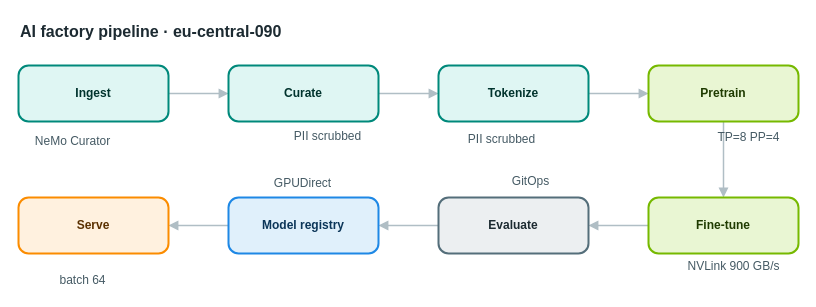
The draw.io diagram apps/web/public/samples/library/090-ai-factory-pipeline.drawio in AryanG01/open-apprentice, before the edit. Source tidied: cells renumbered, new cells numbered last; positions are measured from the earlier drawing's top-left corner, leaving out a move shared by most shapes. Both pictures are drawn from the tidied source at 100%, with x=0, y=0 at pixel (18, 17).
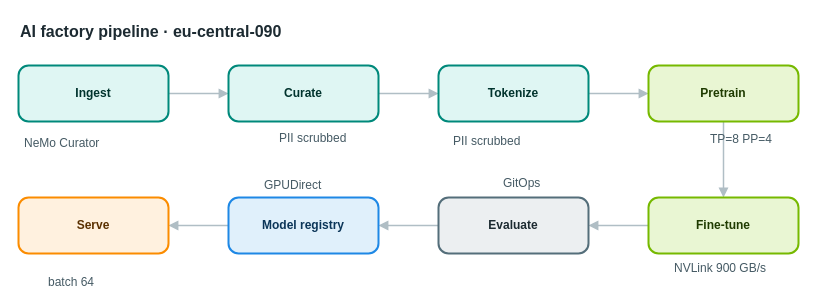
The same page after the edit.

Change to the diagram source:
```diff
@@
-    <mxCell id="18" value="NeMo Curator" style="text;html=1;align=center;verticalAlign=middle;whiteSpace=nowrap;strokeColor=none;fillColor=none;fontSize=12;fontColor=#455a64;" parent="1" vertex="1">
+    <mxCell id="18" value="NeMo Curator" style="text;html=1;align=left;verticalAlign=top;whiteSpace=nowrap;spacing=0;spacingTop=0;strokeColor=none;fillColor=none;fontSize=12;fontColor=#455a64;" parent="1" vertex="1">
       <mxGeometry x="6" y="114" width="96" height="20" as="geometry" />
     </mxCell>
-    <mxCell id="19" value="PII scrubbed" style="text;html=1;align=center;verticalAlign=middle;whiteSpace=nowrap;strokeColor=none;fillColor=none;fontSize=12;fontColor=#455a64;" parent="1" vertex="1">
+    <mxCell id="19" value="PII scrubbed" style="text;html=1;align=left;verticalAlign=top;whiteSpace=nowrap;spacing=0;spacingTop=0;strokeColor=none;fillColor=none;fontSize=12;fontColor=#455a64;" parent="1" vertex="1">
       <mxGeometry x="261" y="109" width="96" height="20" as="geometry" />
     </mxCell>
-    <mxCell id="20" value="PII scrubbed" style="text;html=1;align=center;verticalAlign=middle;whiteSpace=nowrap;strokeColor=none;fillColor=none;fontSize=12;fontColor=#455a64;" parent="1" vertex="1">
+    <mxCell id="20" value="PII scrubbed" style="text;html=1;align=left;verticalAlign=top;whiteSpace=nowrap;spacing=0;spacingTop=0;strokeColor=none;fillColor=none;fontSize=12;fontColor=#455a64;" parent="1" vertex="1">
       <mxGeometry x="435" y="112" width="96" height="20" as="geometry" />
     </mxCell>
-    <mxCell id="21" value="TP=8 PP=4" style="text;html=1;align=center;verticalAlign=middle;whiteSpace=nowrap;strokeColor=none;fillColor=none;fontSize=12;fontColor=#455a64;" parent="1" vertex="1">
+    <mxCell id="21" value="TP=8 PP=4" style="text;html=1;align=left;verticalAlign=top;whiteSpace=nowrap;spacing=0;spacingTop=0;strokeColor=none;fillColor=none;fontSize=12;fontColor=#455a64;" parent="1" vertex="1">
       <mxGeometry x="692" y="110" width="75" height="20" as="geometry" />
     </mxCell>
-    <mxCell id="22" value="NVLink 900 GB/s" style="text;html=1;align=center;verticalAlign=middle;whiteSpace=nowrap;strokeColor=none;fillColor=none;fontSize=12;fontColor=#455a64;" parent="1" vertex="1">
+    <mxCell id="22" value="NVLink 900 GB/s" style="text;html=1;align=left;verticalAlign=top;whiteSpace=nowrap;spacing=0;spacingTop=0;strokeColor=none;fillColor=none;fontSize=12;fontColor=#455a64;" parent="1" vertex="1">
       <mxGeometry x="656" y="239" width="117" height="20" as="geometry" />
     </mxCell>
-    <mxCell id="23" value="GitOps" style="text;html=1;align=center;verticalAlign=middle;whiteSpace=nowrap;strokeColor=none;fillColor=none;fontSize=12;fontColor=#455a64;" parent="1" vertex="1">
+    <mxCell id="23" value="GitOps" style="text;html=1;align=left;verticalAlign=top;whiteSpace=nowrap;spacing=0;spacingTop=0;strokeColor=none;fillColor=none;fontSize=12;fontColor=#455a64;" parent="1" vertex="1">
       <mxGeometry x="485" y="154" width="54" height="20" as="geometry" />
     </mxCell>
-    <mxCell id="24" value="GPUDirect" style="text;html=1;align=center;verticalAlign=middle;whiteSpace=nowrap;strokeColor=none;fillColor=none;fontSize=12;fontColor=#455a64;" parent="1" vertex="1">
+    <mxCell id="24" value="GPUDirect" style="text;html=1;align=left;verticalAlign=top;whiteSpace=nowrap;spacing=0;spacingTop=0;strokeColor=none;fillColor=none;fontSize=12;fontColor=#455a64;" parent="1" vertex="1">
       <mxGeometry x="246" y="156" width="75" height="20" as="geometry" />
     </mxCell>
-    <mxCell id="25" value="batch 64" style="text;html=1;align=center;verticalAlign=middle;whiteSpace=nowrap;strokeColor=none;fillColor=none;fontSize=12;fontColor=#455a64;" parent="1" vertex="1">
+    <mxCell id="25" value="batch 64" style="text;html=1;align=left;verticalAlign=top;whiteSpace=nowrap;spacing=0;spacingTop=0;strokeColor=none;fillColor=none;fontSize=12;fontColor=#455a64;" parent="1" vertex="1">
       <mxGeometry x="30" y="253" width="68" height="20" as="geometry" />
     </mxCell>
```
